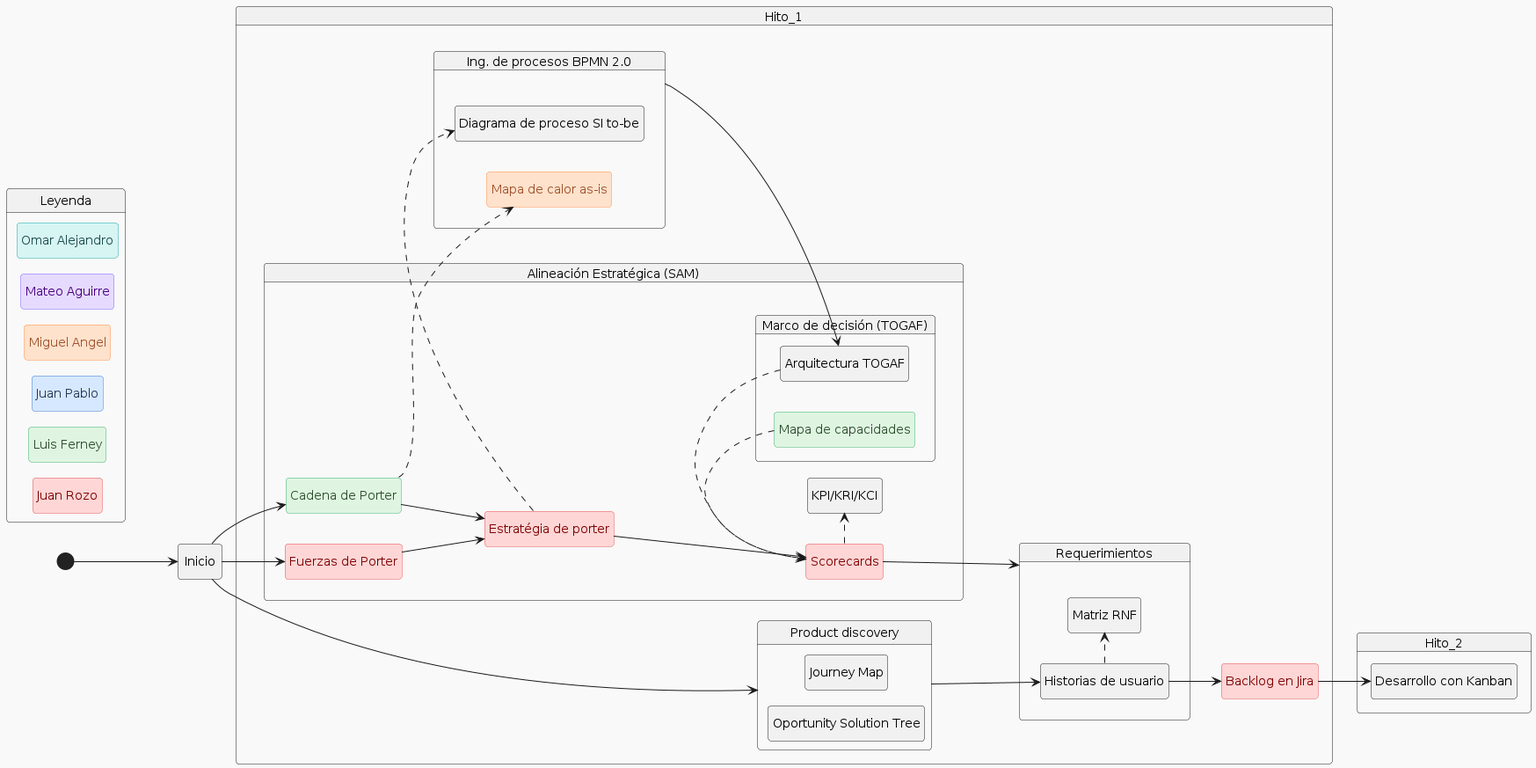
This is work_diagram.png from jrozot/Sistemas-de-Informacion-unal-2026s1, a PlantUML export, as it was before one commit.
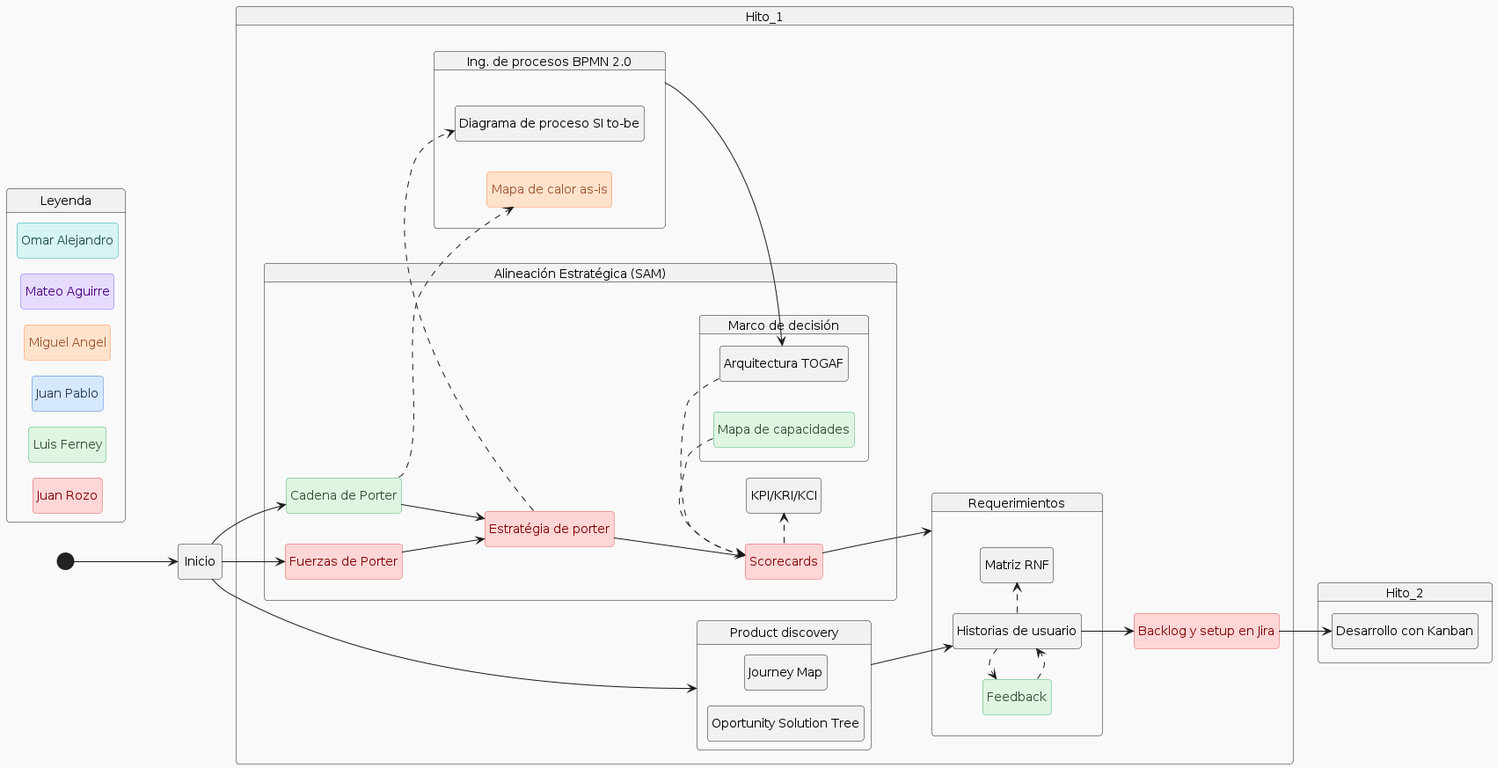
After the change.

Commit message:
update diagram source and .png

The edit, as a diff of the source:
```diff
@@ -87,7 +87,7 @@
     eporter --> scorecards
     scorecards -[dashed]> indicators
 
-state "Marco de decisión (TOGAF)" as togaf {
+state "Marco de decisión" as togaf {
     state "Arquitectura TOGAF" as architecture
     state "Mapa de capacidades" as capmap <<green>>
 }
@@ -98,6 +98,10 @@
 state "Requerimientos" as req{
     state "Historias de usuario" as usrhist
     state "Matriz RNF" as rnf
+    state "Feedback" as feedhs <<green>>
+
+    feedhs -[dashed]> usrhist
+    usrhist -[dashed]> feedhs
 }
 
 state "Ing. de procesos BPMN 2.0" as bpmn{
@@ -109,7 +113,7 @@
     state "Oportunity Solution Tree" as ost
     state "Journey Map" as journey
 }
-state "Backlog en Jira" as jira <<red>>
+state "Backlog y setup en Jira" as jira <<red>>
 
 
 bpmn -[hidden]right> sam
```
